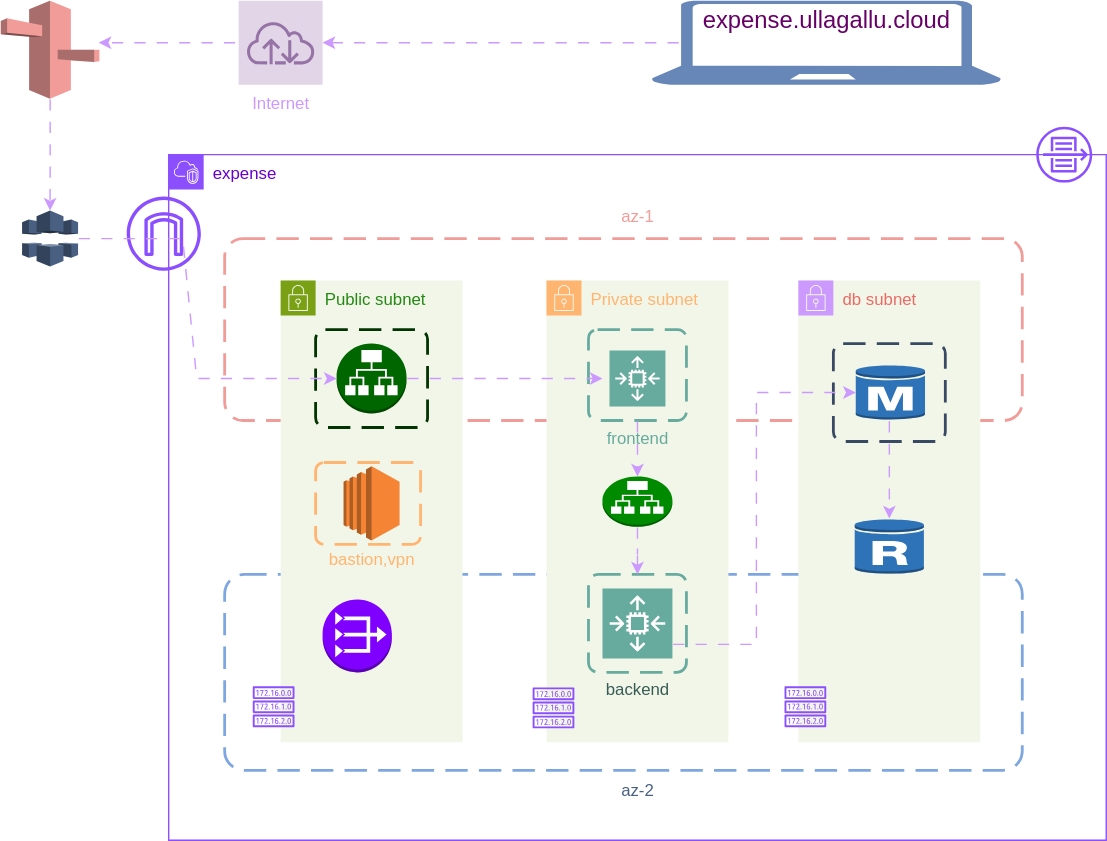
Above: Flow-Diagram.drawio.svg in ullagallu123/expense-infra (draw.io), before the change. Source tidied: cells renumbered, new cells last; positions are measured from the earlier drawing's top-left corner, leaving out a move shared by most shapes.
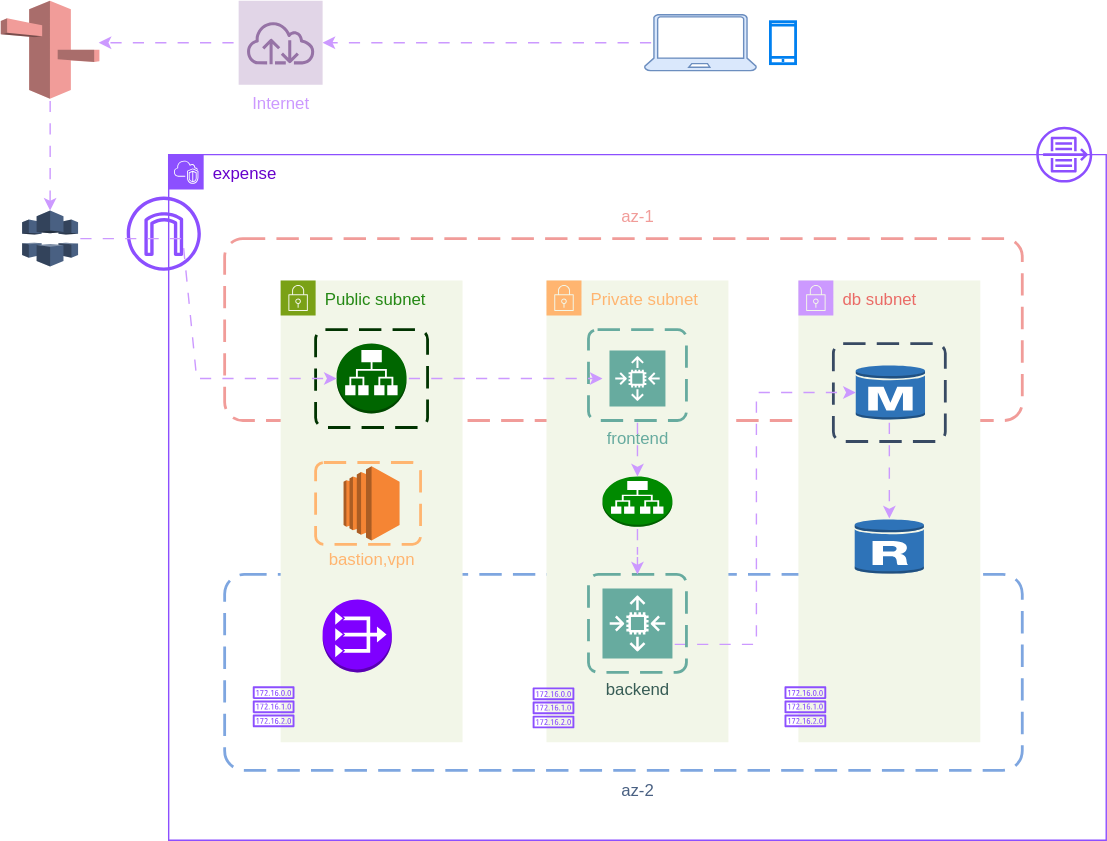
The same diagram one commit later.

The edit, as a diff of the source:
```diff
@@ -132,11 +132,8 @@
     <mxCell id="37" style="outlineConnect=0;dashed=0;verticalLabelPosition=bottom;verticalAlign=top;align=center;html=1;shape=mxgraph.aws3.route_53;fillColor=#F19C99;gradientColor=none;" parent="1" vertex="1">
       <mxGeometry width="70.5" height="70" as="geometry" />
     </mxCell>
-    <mxCell id="38" value="&lt;font color=&quot;#660066&quot; style=&quot;font-size: 17px;&quot;&gt;expense.ullagallu.cloud&lt;/font&gt;" style="text;html=1;align=center;verticalAlign=middle;strokeColor=none;fillColor=none;" parent="1" vertex="1">
-      <mxGeometry x="490" width="200" height="30" as="geometry" />
-    </mxCell>
-    <mxCell id="39" style="verticalLabelPosition=bottom;html=1;verticalAlign=top;align=center;strokeColor=none;fillColor=#6787B8;shape=mxgraph.azure.laptop;" parent="1" vertex="1">
-      <mxGeometry x="465" width="250" height="60" as="geometry" />
+    <mxCell id="39" style="verticalLabelPosition=bottom;html=1;verticalAlign=top;align=center;strokeColor=#6c8ebf;fillColor=#dae8fc;shape=mxgraph.azure.laptop;" parent="1" vertex="1">
+      <mxGeometry x="460" y="10" width="80" height="40" as="geometry" />
     </mxCell>
     <mxCell id="40" style="endArrow=classic;html=1;rounded=0;exitX=0.08;exitY=0.5;exitDx=0;exitDy=0;exitPerimeter=0;flowAnimation=1;fillColor=#e1d5e7;strokeColor=#CC99FF;" parent="1" edge="1">
       <mxGeometry relative="1" as="geometry">
@@ -155,5 +152,8 @@
     <mxCell id="43" style="edgeStyle=orthogonalEdgeStyle;rounded=0;jettySize=auto;html=1;entryX=0.5;entryY=0;entryDx=0;entryDy=0;entryPerimeter=0;strokeColor=#CC99FF;flowAnimation=1;" parent="1" edge="1" source="37" target="35">
       <mxGeometry relative="1" as="geometry" />
     </mxCell>
+    <mxCell id="44" style="html=1;verticalLabelPosition=bottom;align=center;labelBackgroundColor=#ffffff;verticalAlign=top;strokeWidth=2;strokeColor=#0080F0;shadow=0;dashed=0;shape=mxgraph.ios7.icons.smartphone;" parent="1" vertex="1">
+      <mxGeometry x="550" y="15" width="18" height="30" as="geometry" />
+    </mxCell>
   </root>
 </mxGraphModel>
```
